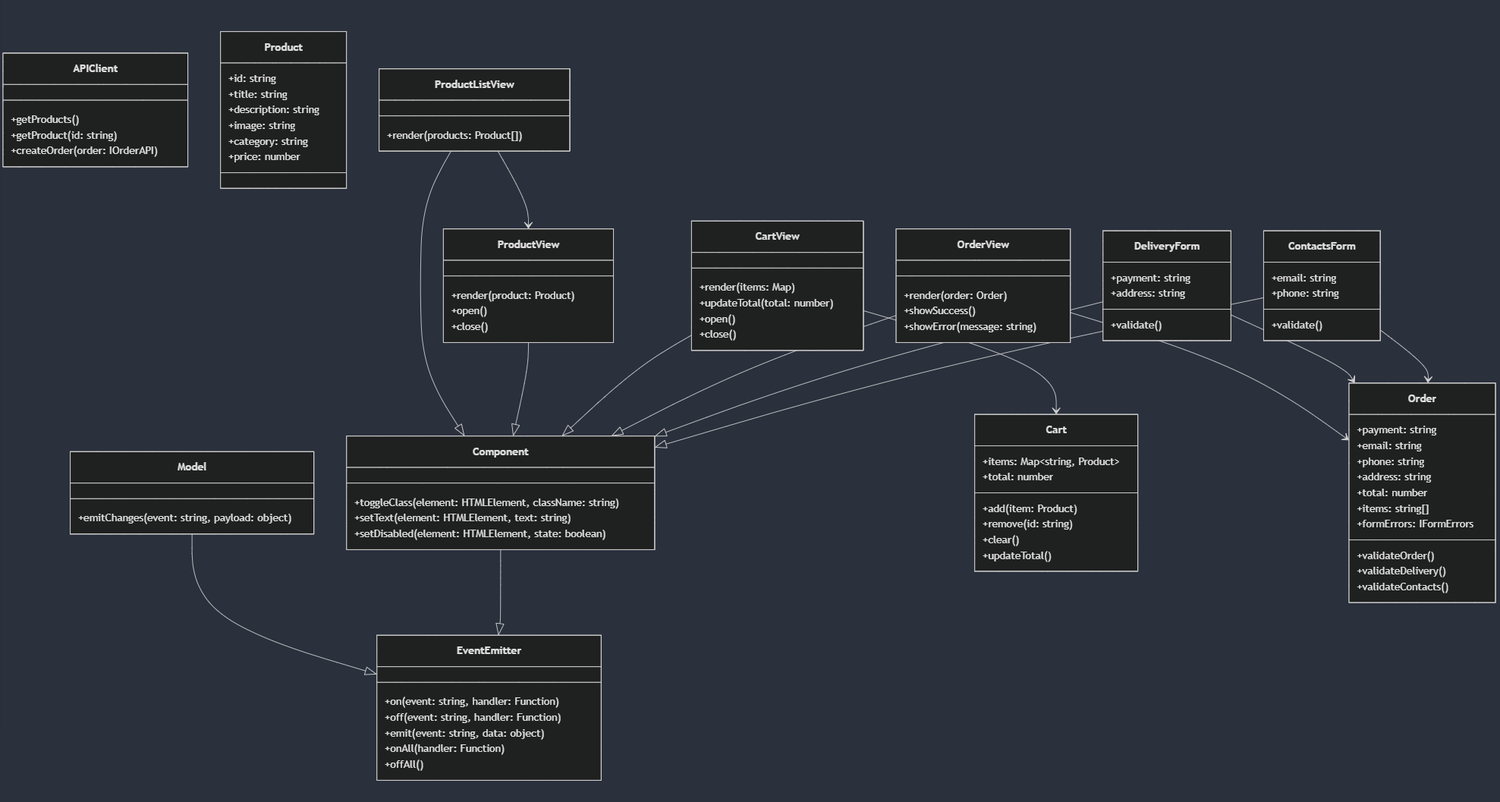
Earlier version of the Mermaid export architecture.png (BorisTestov/web-larek-frontend). Its source is kept beside it as architecture.mermaid.
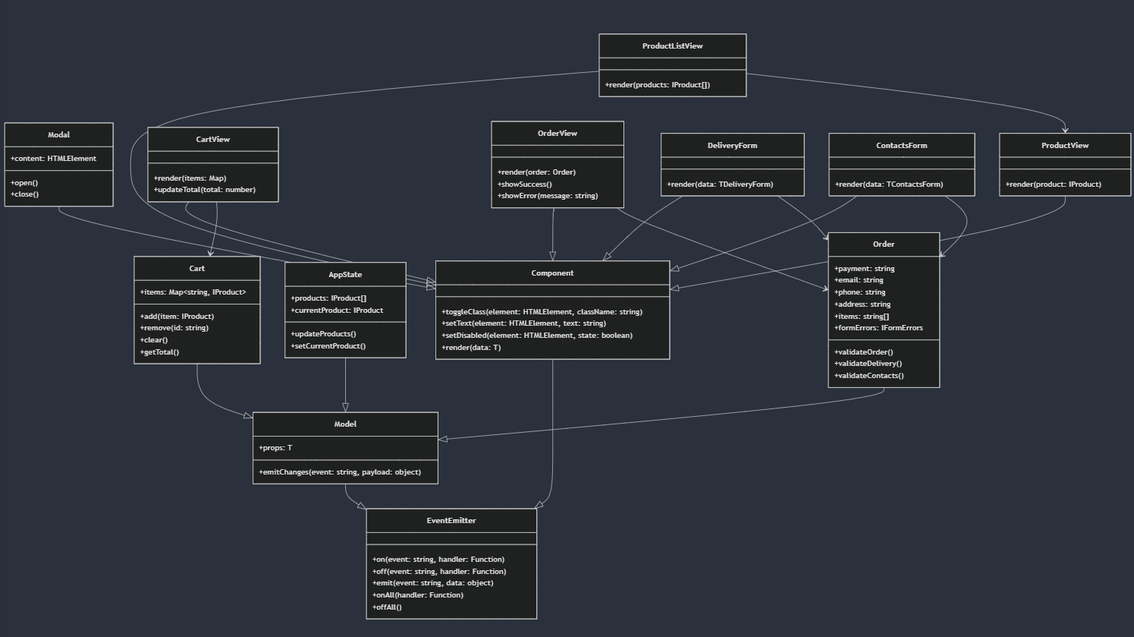
Above is the later version.

Change to the diagram source:
```diff
@@ -11,34 +11,33 @@
         +toggleClass(element: HTMLElement, className: string)
         +setText(element: HTMLElement, text: string)
         +setDisabled(element: HTMLElement, state: boolean)
+        +render(data: T)
     }
 
     class Model {
+        +props: T
         +emitChanges(event: string, payload: object)
     }
 
-    class APIClient {
-        +getProducts()
-        +getProduct(id: string)
-        +createOrder(order: IOrderAPI)
+    class Modal {
+        +content: HTMLElement
+        +open()
+        +close()
     }
 
-    class Product {
-        +id: string
-        +title: string
-        +description: string
-        +image: string
-        +category: string
-        +price: number
+    class AppState {
+        +products: IProduct[]
+        +currentProduct: IProduct
+        +updateProducts()
+        +setCurrentProduct()
     }
 
     class Cart {
-        +items: Map~string, Product~
-        +total: number
-        +add(item: Product)
+        +items: Map~string, IProduct~
+        +add(item: IProduct)
         +remove(id: string)
         +clear()
-        +updateTotal()
+        +getTotal()
     }
 
     class Order {
@@ -46,7 +45,6 @@
         +email: string
         +phone: string
         +address: string
-        +total: number
         +items: string[]
         +formErrors: IFormErrors
         +validateOrder()
@@ -55,20 +53,16 @@
     }
 
     class ProductListView {
-        +render(products: Product[])
+        +render(products: IProduct[])
     }
 
     class ProductView {
-        +render(product: Product)
-        +open()
-        +close()
+        +render(product: IProduct)
     }
 
     class CartView {
         +render(items: Map)
         +updateTotal(total: number)
-        +open()
-        +close()
     }
 
     class OrderView {
@@ -78,25 +72,25 @@
     }
 
     class DeliveryForm {
-        +payment: string
-        +address: string
-        +validate()
+        +render(data: TDeliveryForm)
     }
 
     class ContactsForm {
-        +email: string
-        +phone: string
-        +validate()
+        +render(data: TContactsForm)
     }
 
     Model --|> EventEmitter
     Component --|> EventEmitter
+    Modal --|> Component
     ProductListView --|> Component
     ProductView --|> Component
     CartView --|> Component
     OrderView --|> Component
     DeliveryForm --|> Component
     ContactsForm --|> Component
+    AppState --|> Model
+    Cart --|> Model
+    Order --|> Model
 
     ProductListView --> ProductView
     CartView --> Cart
```
